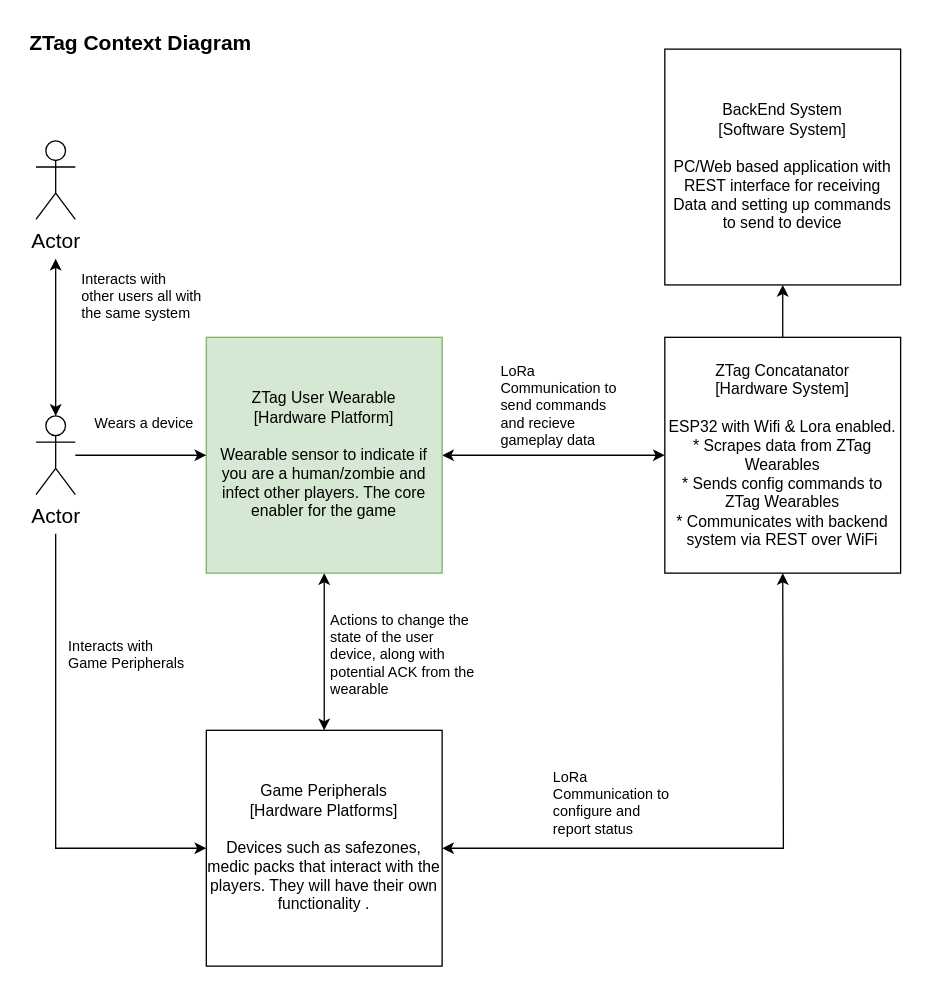
The draw.io diagram Documents/Design/ZTag Context Diagram.drawio in gppk/ZombieTag, before the edit. Source tidied: cells renumbered, new cells numbered last; positions are measured from the earlier drawing's top-left corner, leaving out a move shared by most shapes. Both pictures are drawn from the tidied source at 131%, with x=0, y=0 at pixel (22, 22).
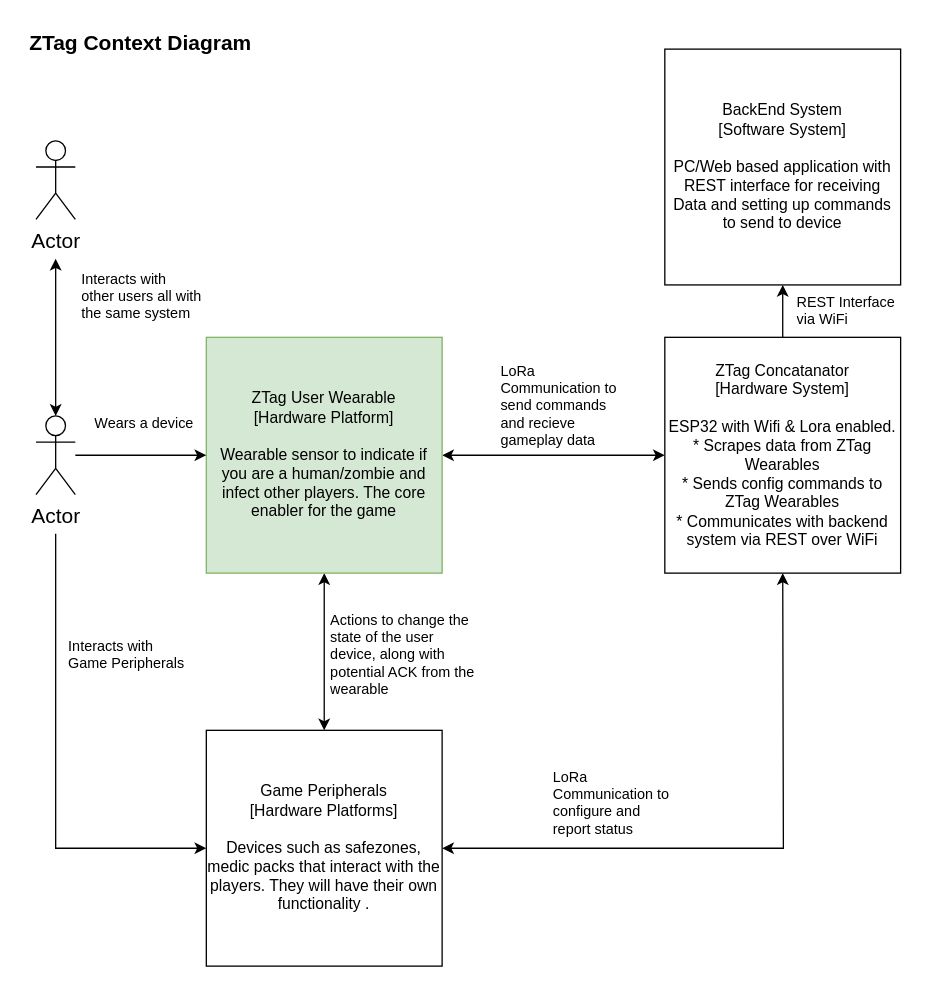
The same page after the edit.

Diff of the diagram source:
```diff
@@
+    <mxCell id="22" value="REST Interface via WiFi" style="text;html=1;strokeColor=none;fillColor=none;spacing=5;spacingTop=-20;whiteSpace=wrap;overflow=hidden;rounded=0;fontSize=11;" parent="1" vertex="1">
+      <mxGeometry x="586" y="217" width="100" height="60" as="geometry" />
+    </mxCell>
```
